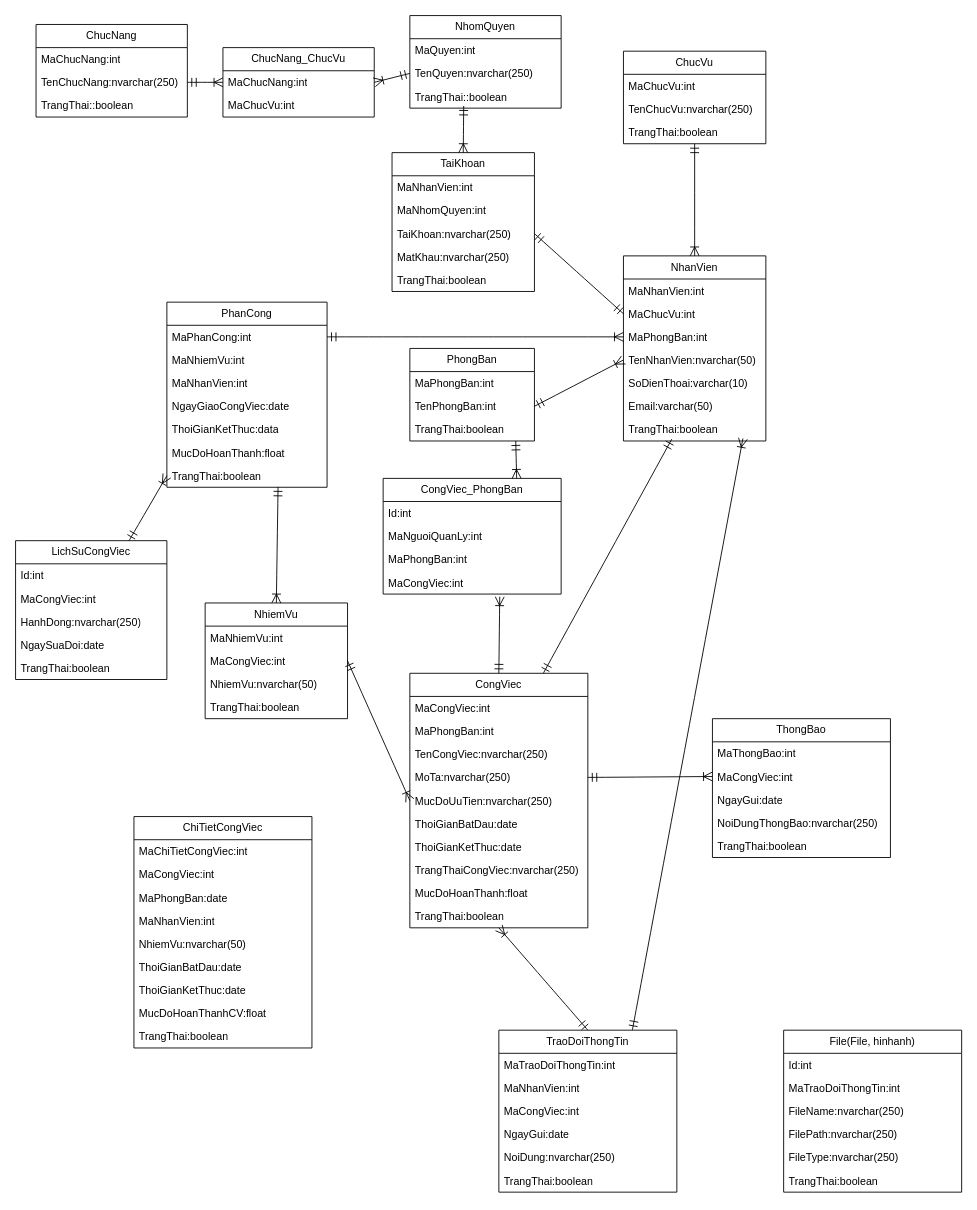
This is j2ee.drawio from maivantai2003/vercelDemo, a draw.io file, before an edit. Source tidied: cells renumbered, new cells numbered last; positions are measured from the earlier drawing's top-left corner, leaving out a move shared by most shapes. Both pictures are drawn from the tidied source at 89%, with x=0, y=0 at pixel (15, 15).
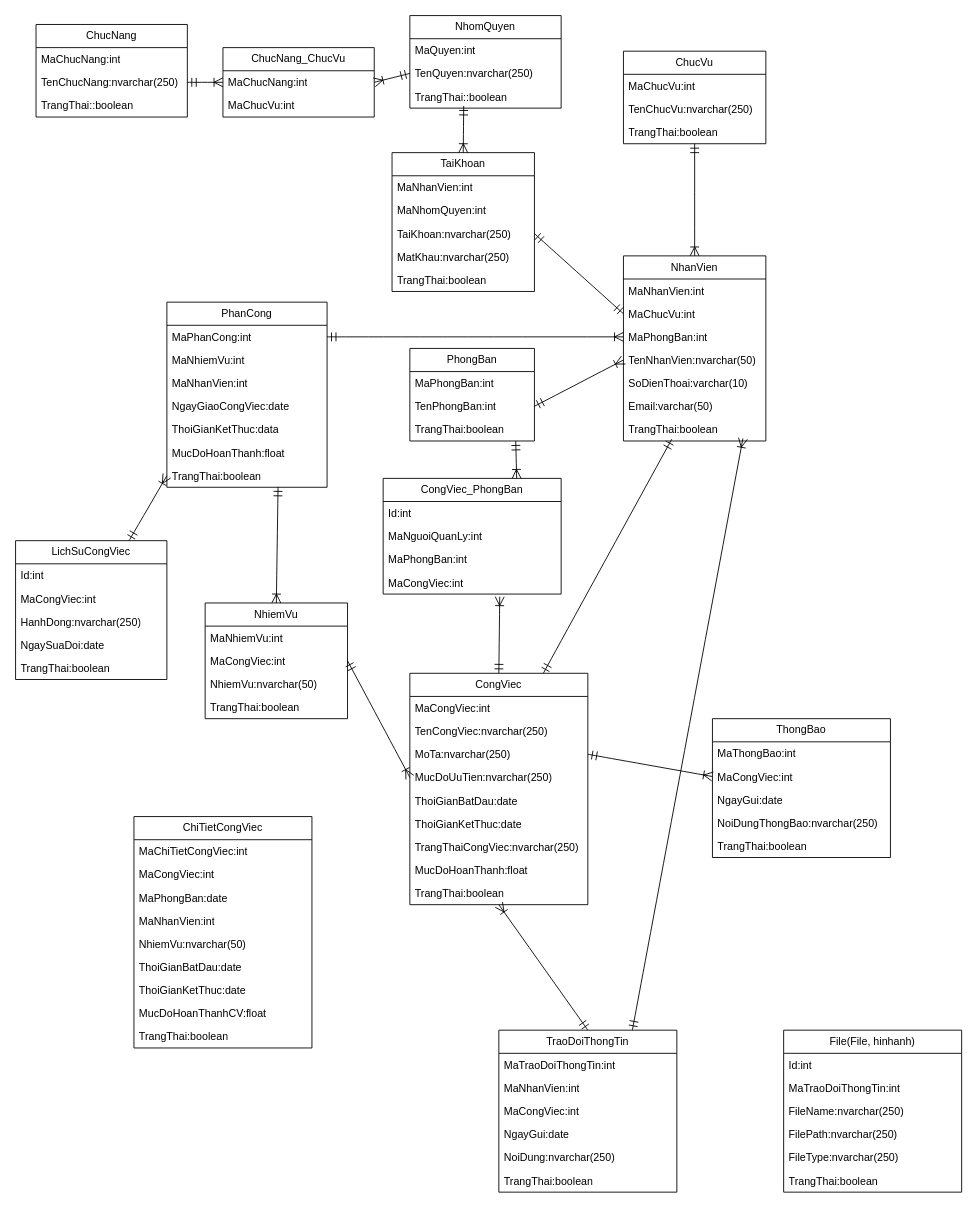
The same page after the edit.

The edit, as a diff of the source:
```diff
@@
     <mxCell id="22" value="CongViec" style="swimlane;fontStyle=0;horizontal=1;startSize=26;fillColor=none;whiteSpace=wrap;html=1;" parent="1" vertex="1">
-      <mxGeometry x="443" y="739" width="200" height="286" as="geometry" />
+      <mxGeometry x="443" y="739" width="200" height="260" as="geometry" />
     </mxCell>
@@
-    <mxCell id="24" value="MaPhongBan:int" style="text;strokeColor=none;fillColor=none;align=left;verticalAlign=top;spacingLeft=4;spacingRight=4;overflow=hidden;whiteSpace=wrap;html=1;" parent="22" vertex="1">
-      <mxGeometry y="52" width="200" height="26" as="geometry" />
-    </mxCell>
     <mxCell id="25" value="TenCongViec:nvarchar(250)" style="text;strokeColor=none;fillColor=none;align=left;verticalAlign=top;spacingLeft=4;spacingRight=4;overflow=hidden;whiteSpace=wrap;html=1;" parent="22" vertex="1">
-      <mxGeometry y="78" width="200" height="26" as="geometry" />
+      <mxGeometry y="52" width="200" height="26" as="geometry" />
     </mxCell>
     <mxCell id="26" value="MoTa:nvarchar(250)" style="text;strokeColor=none;fillColor=none;align=left;verticalAlign=top;spacingLeft=4;spacingRight=4;overflow=hidden;points=[[0,0.5],[1,0.5]];portConstraint=eastwest;whiteSpace=wrap;html=1;" parent="22" vertex="1">
-      <mxGeometry y="104" width="200" height="26" as="geometry" />
+      <mxGeometry y="78" width="200" height="26" as="geometry" />
     </mxCell>
     <mxCell id="27" value="MucDoUuTien:nvarchar(250)" style="text;strokeColor=none;fillColor=none;align=left;verticalAlign=top;spacingLeft=4;spacingRight=4;overflow=hidden;points=[[0,0.5],[1,0.5]];portConstraint=eastwest;whiteSpace=wrap;html=1;" parent="22" vertex="1">
-      <mxGeometry y="130" width="200" height="26" as="geometry" />
+      <mxGeometry y="104" width="200" height="26" as="geometry" />
     </mxCell>
     <mxCell id="28" value="ThoiGianBatDau:date" style="text;strokeColor=none;fillColor=none;align=left;verticalAlign=top;spacingLeft=4;spacingRight=4;overflow=hidden;whiteSpace=wrap;html=1;" parent="22" vertex="1">
-      <mxGeometry y="156" width="200" height="26" as="geometry" />
+      <mxGeometry y="130" width="200" height="26" as="geometry" />
     </mxCell>
     <mxCell id="29" value="ThoiGianKetThuc:date" style="text;strokeColor=none;fillColor=none;align=left;verticalAlign=top;spacingLeft=4;spacingRight=4;overflow=hidden;whiteSpace=wrap;html=1;" parent="22" vertex="1">
-      <mxGeometry y="182" width="200" height="26" as="geometry" />
+      <mxGeometry y="156" width="200" height="26" as="geometry" />
     </mxCell>
     <mxCell id="30" value="TrangThaiCongViec:nvarchar(250)" style="text;strokeColor=none;fillColor=none;align=left;verticalAlign=top;spacingLeft=4;spacingRight=4;overflow=hidden;whiteSpace=wrap;html=1;" parent="22" vertex="1">
-      <mxGeometry y="208" width="200" height="26" as="geometry" />
+      <mxGeometry y="182" width="200" height="26" as="geometry" />
     </mxCell>
     <mxCell id="31" value="MucDoHoanThanh:float" style="text;strokeColor=none;fillColor=none;align=left;verticalAlign=top;spacingLeft=4;spacingRight=4;overflow=hidden;whiteSpace=wrap;html=1;" parent="22" vertex="1">
-      <mxGeometry y="234" width="200" height="26" as="geometry" />
+      <mxGeometry y="208" width="200" height="26" as="geometry" />
     </mxCell>
     <mxCell id="32" value="TrangThai:boolean" style="text;strokeColor=none;fillColor=none;align=left;verticalAlign=top;spacingLeft=4;spacingRight=4;overflow=hidden;whiteSpace=wrap;html=1;" parent="22" vertex="1">
-      <mxGeometry y="260" width="200" height="26" as="geometry" />
+      <mxGeometry y="234" width="200" height="26" as="geometry" />
     </mxCell>
```
